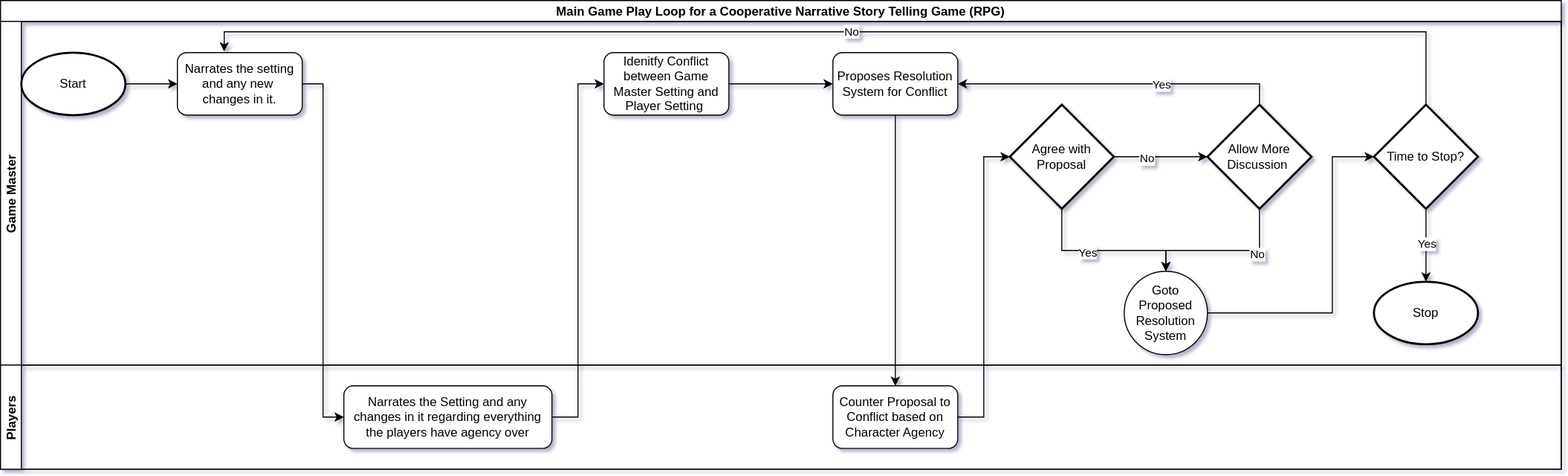
Earlier version of the draw.io export assets/diagrams/Main-Game-Play-Loop.svg (TedTschopp/Fixing-Game-Night). Source tidied: cells renumbered, new cells last; positions are measured from the earlier drawing's top-left corner, leaving out a move shared by most shapes. Its diagram source:
```xml
<mxGraphModel>
  <root>
    <mxCell id="0" />
    <mxCell id="1" parent="0" />
    <mxCell id="2" value="Main Game Play Loop for a Cooperative Narrative Story Telling Game (RPG)" style="swimlane;horizontal=1;startSize=20;" parent="1" vertex="1">
      <mxGeometry width="1500" height="450" as="geometry" />
    </mxCell>
    <mxCell id="3" style="edgeStyle=orthogonalEdgeStyle;rounded=0;jettySize=auto;html=1;startArrow=none;startFill=0;" parent="2" edge="1" source="13" target="33">
      <mxGeometry relative="1" as="geometry" />
    </mxCell>
    <mxCell id="4" style="edgeStyle=orthogonalEdgeStyle;rounded=0;jettySize=auto;html=1;entryX=0;entryY=0.5;entryDx=0;entryDy=0;startArrow=none;startFill=0;exitX=1;exitY=0.5;exitDx=0;exitDy=0;" parent="2" edge="1" source="32" target="10">
      <mxGeometry relative="1" as="geometry" />
    </mxCell>
    <mxCell id="5" style="edgeStyle=orthogonalEdgeStyle;rounded=0;jettySize=auto;html=1;entryX=0;entryY=0.5;entryDx=0;entryDy=0;startArrow=none;startFill=0;" parent="2" edge="1" source="8" target="32">
      <mxGeometry relative="1" as="geometry" />
    </mxCell>
    <mxCell id="6" style="edgeStyle=orthogonalEdgeStyle;rounded=0;jettySize=auto;html=1;entryX=0;entryY=0.5;entryDx=0;entryDy=0;entryPerimeter=0;startArrow=none;startFill=0;" parent="2" edge="1" source="33" target="20">
      <mxGeometry relative="1" as="geometry" />
    </mxCell>
    <mxCell id="7" value="Game Master" style="swimlane;startSize=20;horizontal=0;" parent="2" vertex="1">
      <mxGeometry y="20" width="1500" height="330" as="geometry" />
    </mxCell>
    <mxCell id="8" value="Narrates the setting and any new&amp;nbsp; changes in it." style="rounded=1;whiteSpace=wrap;html=1;" parent="7" vertex="1">
      <mxGeometry x="170" y="30" width="120" height="60" as="geometry" />
    </mxCell>
    <mxCell id="9" style="edgeStyle=orthogonalEdgeStyle;rounded=0;jettySize=auto;html=1;entryX=0;entryY=0.5;entryDx=0;entryDy=0;startArrow=none;startFill=0;" parent="7" edge="1" source="10" target="13">
      <mxGeometry relative="1" as="geometry" />
    </mxCell>
    <mxCell id="10" value="Idenitfy Conflict between Game Master Setting and Player Setting&amp;nbsp;" style="rounded=1;whiteSpace=wrap;html=1;" parent="7" vertex="1">
      <mxGeometry x="580" y="30" width="120" height="60" as="geometry" />
    </mxCell>
    <mxCell id="11" style="edgeStyle=orthogonalEdgeStyle;rounded=0;jettySize=auto;html=1;startArrow=none;startFill=0;exitX=0.5;exitY=1;exitDx=0;exitDy=0;exitPerimeter=0;" parent="7" edge="1" source="20" target="15">
      <mxGeometry relative="1" as="geometry">
        <Array as="points">
          <mxPoint x="1020" y="220" />
          <mxPoint x="1120" y="220" />
        </Array>
      </mxGeometry>
    </mxCell>
    <mxCell id="12" value="Yes" style="edgeLabel;html=1;align=center;verticalAlign=middle;" parent="11" vertex="1">
      <mxGeometry x="-0.2" y="-1" relative="1" as="geometry" />
    </mxCell>
    <mxCell id="13" value="Proposes Resolution System for Conflict" style="rounded=1;whiteSpace=wrap;html=1;" parent="7" vertex="1">
      <mxGeometry x="800" y="30" width="120" height="60" as="geometry" />
    </mxCell>
    <mxCell id="14" style="edgeStyle=orthogonalEdgeStyle;rounded=0;jettySize=auto;html=1;entryX=0;entryY=0.5;entryDx=0;entryDy=0;entryPerimeter=0;startArrow=none;startFill=0;exitX=1;exitY=0.5;exitDx=0;exitDy=0;" parent="7" edge="1" source="15" target="29">
      <mxGeometry relative="1" as="geometry">
        <Array as="points">
          <mxPoint x="1280" y="280" />
          <mxPoint x="1280" y="130" />
        </Array>
      </mxGeometry>
    </mxCell>
    <mxCell id="15" value="Goto Proposed Resolution System" style="ellipse;whiteSpace=wrap;html=1;" parent="7" vertex="1">
      <mxGeometry x="1080" y="240" width="80" height="80" as="geometry" />
    </mxCell>
    <mxCell id="16" style="edgeStyle=orthogonalEdgeStyle;rounded=0;jettySize=auto;html=1;startArrow=none;startFill=0;" parent="7" edge="1" source="17" target="8">
      <mxGeometry relative="1" as="geometry" />
    </mxCell>
    <mxCell id="17" value="Start" style="strokeWidth=2;html=1;shape=mxgraph.flowchart.start_1;whiteSpace=wrap;" parent="7" vertex="1">
      <mxGeometry x="20" y="30" width="100" height="60" as="geometry" />
    </mxCell>
    <mxCell id="18" style="edgeStyle=orthogonalEdgeStyle;rounded=0;jettySize=auto;html=1;entryX=0;entryY=0.5;entryDx=0;entryDy=0;entryPerimeter=0;startArrow=none;startFill=0;" parent="7" edge="1" source="20" target="25">
      <mxGeometry relative="1" as="geometry" />
    </mxCell>
    <mxCell id="19" value="No" style="edgeLabel;html=1;align=center;verticalAlign=middle;" parent="18" vertex="1">
      <mxGeometry x="-0.32" y="-1" relative="1" as="geometry" />
    </mxCell>
    <mxCell id="20" value="Agree with Proposal" style="strokeWidth=2;html=1;shape=mxgraph.flowchart.decision;whiteSpace=wrap;" parent="7" vertex="1">
      <mxGeometry x="970" y="80" width="100" height="100" as="geometry" />
    </mxCell>
    <mxCell id="21" style="edgeStyle=orthogonalEdgeStyle;rounded=0;jettySize=auto;html=1;startArrow=none;startFill=0;exitX=0.5;exitY=1;exitDx=0;exitDy=0;exitPerimeter=0;" parent="7" edge="1" source="25" target="15">
      <mxGeometry relative="1" as="geometry">
        <Array as="points">
          <mxPoint x="1210" y="220" />
          <mxPoint x="1120" y="220" />
        </Array>
      </mxGeometry>
    </mxCell>
    <mxCell id="22" value="No" style="edgeLabel;html=1;align=center;verticalAlign=middle;" parent="21" vertex="1">
      <mxGeometry x="-0.43" y="3" relative="1" as="geometry" />
    </mxCell>
    <mxCell id="23" style="edgeStyle=orthogonalEdgeStyle;rounded=0;jettySize=auto;html=1;entryX=1;entryY=0.5;entryDx=0;entryDy=0;startArrow=none;startFill=0;exitX=0.5;exitY=0;exitDx=0;exitDy=0;exitPerimeter=0;" parent="7" edge="1" source="25" target="13">
      <mxGeometry relative="1" as="geometry" />
    </mxCell>
    <mxCell id="24" value="Yes" style="edgeLabel;html=1;align=center;verticalAlign=middle;" parent="23" vertex="1">
      <mxGeometry x="-0.26" relative="1" as="geometry" />
    </mxCell>
    <mxCell id="25" value="Allow More Discussion&amp;nbsp;" style="strokeWidth=2;html=1;shape=mxgraph.flowchart.decision;whiteSpace=wrap;" parent="7" vertex="1">
      <mxGeometry x="1160" y="80" width="100" height="100" as="geometry" />
    </mxCell>
    <mxCell id="26" style="edgeStyle=orthogonalEdgeStyle;rounded=0;jettySize=auto;html=1;startArrow=none;startFill=0;" parent="7" edge="1" source="29" target="30">
      <mxGeometry relative="1" as="geometry" />
    </mxCell>
    <mxCell id="27" value="Yes" style="edgeLabel;html=1;align=center;verticalAlign=middle;" parent="26" vertex="1">
      <mxGeometry x="-0.06" relative="1" as="geometry" />
    </mxCell>
    <mxCell id="28" value="No" style="edgeStyle=orthogonalEdgeStyle;rounded=0;jettySize=auto;html=1;entryX=0.375;entryY=-0.017;entryDx=0;entryDy=0;entryPerimeter=0;startArrow=none;startFill=0;" parent="7" edge="1" source="29" target="8">
      <mxGeometry relative="1" as="geometry">
        <Array as="points">
          <mxPoint x="1370" y="10" />
          <mxPoint x="215" y="10" />
        </Array>
      </mxGeometry>
    </mxCell>
    <mxCell id="29" value="Time to Stop?" style="strokeWidth=2;html=1;shape=mxgraph.flowchart.decision;whiteSpace=wrap;" parent="7" vertex="1">
      <mxGeometry x="1320" y="80" width="100" height="100" as="geometry" />
    </mxCell>
    <mxCell id="30" value="Stop" style="strokeWidth=2;html=1;shape=mxgraph.flowchart.start_1;whiteSpace=wrap;" parent="7" vertex="1">
      <mxGeometry x="1320" y="250" width="100" height="60" as="geometry" />
    </mxCell>
    <mxCell id="31" value="Players" style="swimlane;startSize=20;horizontal=0;" parent="2" vertex="1">
      <mxGeometry y="350" width="1500" height="100" as="geometry" />
    </mxCell>
    <mxCell id="32" value="Narrates the Setting and any changes in it regarding everything the players have agency over" style="rounded=1;whiteSpace=wrap;html=1;" parent="31" vertex="1">
      <mxGeometry x="330" y="20" width="200" height="60" as="geometry" />
    </mxCell>
    <mxCell id="33" value="Counter Proposal to Conflict based on Character Agency" style="rounded=1;whiteSpace=wrap;html=1;" parent="31" vertex="1">
      <mxGeometry x="800" y="20" width="120" height="60" as="geometry" />
    </mxCell>
  </root>
</mxGraphModel>
```
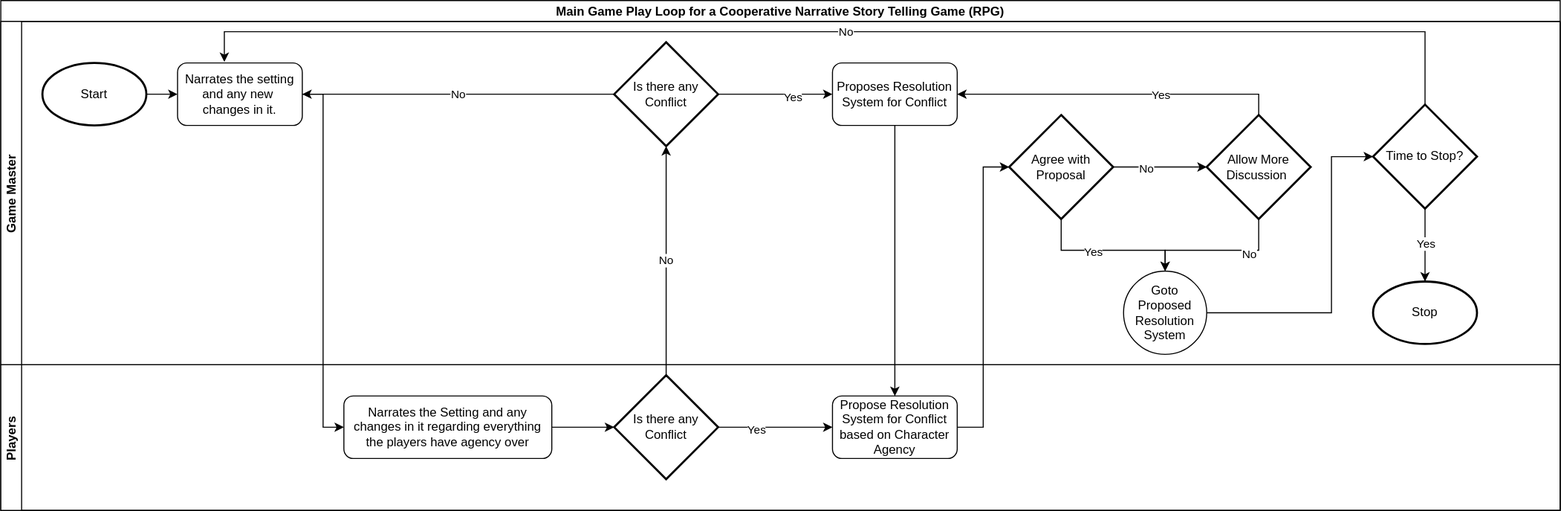
Above is the later version.

What changed in the source:
```diff
@@ -3,12 +3,12 @@
     <mxCell id="0" />
     <mxCell id="1" parent="0" />
     <mxCell id="2" value="Main Game Play Loop for a Cooperative Narrative Story Telling Game (RPG)" style="swimlane;horizontal=1;startSize=20;" parent="1" vertex="1">
-      <mxGeometry width="1500" height="450" as="geometry" />
+      <mxGeometry width="1500" height="490" as="geometry" />
     </mxCell>
     <mxCell id="3" style="edgeStyle=orthogonalEdgeStyle;rounded=0;jettySize=auto;html=1;startArrow=none;startFill=0;" parent="2" edge="1" source="13" target="33">
       <mxGeometry relative="1" as="geometry" />
     </mxCell>
-    <mxCell id="4" style="edgeStyle=orthogonalEdgeStyle;rounded=0;jettySize=auto;html=1;entryX=0;entryY=0.5;entryDx=0;entryDy=0;startArrow=none;startFill=0;exitX=1;exitY=0.5;exitDx=0;exitDy=0;" parent="2" edge="1" source="32" target="10">
+    <mxCell id="4" value="No" style="edgeStyle=orthogonalEdgeStyle;rounded=0;jettySize=auto;html=1;entryX=0.5;entryY=1;entryDx=0;entryDy=0;startArrow=none;startFill=0;entryPerimeter=0;" parent="2" edge="1" source="40" target="36">
       <mxGeometry relative="1" as="geometry" />
     </mxCell>
     <mxCell id="5" style="edgeStyle=orthogonalEdgeStyle;rounded=0;jettySize=auto;html=1;entryX=0;entryY=0.5;entryDx=0;entryDy=0;startArrow=none;startFill=0;" parent="2" edge="1" source="8" target="32">
@@ -21,14 +21,14 @@
       <mxGeometry y="20" width="1500" height="330" as="geometry" />
     </mxCell>
     <mxCell id="8" value="Narrates the setting and any new&amp;nbsp; changes in it." style="rounded=1;whiteSpace=wrap;html=1;" parent="7" vertex="1">
-      <mxGeometry x="170" y="30" width="120" height="60" as="geometry" />
+      <mxGeometry x="170" y="40" width="120" height="60" as="geometry" />
     </mxCell>
-    <mxCell id="9" style="edgeStyle=orthogonalEdgeStyle;rounded=0;jettySize=auto;html=1;entryX=0;entryY=0.5;entryDx=0;entryDy=0;startArrow=none;startFill=0;" parent="7" edge="1" source="10" target="13">
+    <mxCell id="9" style="edgeStyle=orthogonalEdgeStyle;rounded=0;jettySize=auto;html=1;entryX=0;entryY=0.5;entryDx=0;entryDy=0;startArrow=none;startFill=0;exitX=1;exitY=0.5;exitDx=0;exitDy=0;exitPerimeter=0;" parent="7" edge="1" source="36" target="13">
       <mxGeometry relative="1" as="geometry" />
     </mxCell>
-    <mxCell id="10" value="Idenitfy Conflict between Game Master Setting and Player Setting&amp;nbsp;" style="rounded=1;whiteSpace=wrap;html=1;" parent="7" vertex="1">
-      <mxGeometry x="580" y="30" width="120" height="60" as="geometry" />
-    </mxCell>
+    <mxCell id="34" value="Yes" style="edgeLabel;html=1;align=center;verticalAlign=middle;" parent="9" vertex="1">
+      <mxGeometry x="0.29" y="-2" relative="1" as="geometry" />
+    </mxCell>
     <mxCell id="11" style="edgeStyle=orthogonalEdgeStyle;rounded=0;jettySize=auto;html=1;startArrow=none;startFill=0;exitX=0.5;exitY=1;exitDx=0;exitDy=0;exitPerimeter=0;" parent="7" edge="1" source="20" target="15">
       <mxGeometry relative="1" as="geometry">
         <Array as="points">
@@ -41,7 +41,7 @@
       <mxGeometry x="-0.2" y="-1" relative="1" as="geometry" />
     </mxCell>
     <mxCell id="13" value="Proposes Resolution System for Conflict" style="rounded=1;whiteSpace=wrap;html=1;" parent="7" vertex="1">
-      <mxGeometry x="800" y="30" width="120" height="60" as="geometry" />
+      <mxGeometry x="800" y="40" width="120" height="60" as="geometry" />
     </mxCell>
     <mxCell id="14" style="edgeStyle=orthogonalEdgeStyle;rounded=0;jettySize=auto;html=1;entryX=0;entryY=0.5;entryDx=0;entryDy=0;entryPerimeter=0;startArrow=none;startFill=0;exitX=1;exitY=0.5;exitDx=0;exitDy=0;" parent="7" edge="1" source="15" target="29">
       <mxGeometry relative="1" as="geometry">
@@ -58,7 +58,7 @@
       <mxGeometry relative="1" as="geometry" />
     </mxCell>
     <mxCell id="17" value="Start" style="strokeWidth=2;html=1;shape=mxgraph.flowchart.start_1;whiteSpace=wrap;" parent="7" vertex="1">
-      <mxGeometry x="20" y="30" width="100" height="60" as="geometry" />
+      <mxGeometry x="40" y="40" width="100" height="60" as="geometry" />
     </mxCell>
     <mxCell id="18" style="edgeStyle=orthogonalEdgeStyle;rounded=0;jettySize=auto;html=1;entryX=0;entryY=0.5;entryDx=0;entryDy=0;entryPerimeter=0;startArrow=none;startFill=0;" parent="7" edge="1" source="20" target="25">
       <mxGeometry relative="1" as="geometry" />
@@ -67,7 +67,7 @@
       <mxGeometry x="-0.32" y="-1" relative="1" as="geometry" />
     </mxCell>
     <mxCell id="20" value="Agree with Proposal" style="strokeWidth=2;html=1;shape=mxgraph.flowchart.decision;whiteSpace=wrap;" parent="7" vertex="1">
-      <mxGeometry x="970" y="80" width="100" height="100" as="geometry" />
+      <mxGeometry x="970" y="90" width="100" height="100" as="geometry" />
     </mxCell>
     <mxCell id="21" style="edgeStyle=orthogonalEdgeStyle;rounded=0;jettySize=auto;html=1;startArrow=none;startFill=0;exitX=0.5;exitY=1;exitDx=0;exitDy=0;exitPerimeter=0;" parent="7" edge="1" source="25" target="15">
       <mxGeometry relative="1" as="geometry">
@@ -87,7 +87,7 @@
       <mxGeometry x="-0.26" relative="1" as="geometry" />
     </mxCell>
     <mxCell id="25" value="Allow More Discussion&amp;nbsp;" style="strokeWidth=2;html=1;shape=mxgraph.flowchart.decision;whiteSpace=wrap;" parent="7" vertex="1">
-      <mxGeometry x="1160" y="80" width="100" height="100" as="geometry" />
+      <mxGeometry x="1160" y="90" width="100" height="100" as="geometry" />
     </mxCell>
     <mxCell id="26" style="edgeStyle=orthogonalEdgeStyle;rounded=0;jettySize=auto;html=1;startArrow=none;startFill=0;" parent="7" edge="1" source="29" target="30">
       <mxGeometry relative="1" as="geometry" />
@@ -109,14 +109,32 @@
     <mxCell id="30" value="Stop" style="strokeWidth=2;html=1;shape=mxgraph.flowchart.start_1;whiteSpace=wrap;" parent="7" vertex="1">
       <mxGeometry x="1320" y="250" width="100" height="60" as="geometry" />
     </mxCell>
+    <mxCell id="35" value="No" style="edgeStyle=orthogonalEdgeStyle;rounded=0;jettySize=auto;html=1;entryX=1;entryY=0.5;entryDx=0;entryDy=0;startArrow=none;startFill=0;" parent="7" edge="1" source="36" target="8">
+      <mxGeometry relative="1" as="geometry" />
+    </mxCell>
+    <mxCell id="36" value="Is there any Conflict" style="strokeWidth=2;html=1;shape=mxgraph.flowchart.decision;whiteSpace=wrap;" parent="7" vertex="1">
+      <mxGeometry x="590" y="20" width="100" height="100" as="geometry" />
+    </mxCell>
     <mxCell id="31" value="Players" style="swimlane;startSize=20;horizontal=0;" parent="2" vertex="1">
-      <mxGeometry y="350" width="1500" height="100" as="geometry" />
+      <mxGeometry y="350" width="1500" height="140" as="geometry" />
     </mxCell>
+    <mxCell id="37" style="edgeStyle=orthogonalEdgeStyle;rounded=0;jettySize=auto;html=1;entryX=0;entryY=0.5;entryDx=0;entryDy=0;entryPerimeter=0;startArrow=none;startFill=0;" parent="31" edge="1" source="32" target="40">
+      <mxGeometry relative="1" as="geometry" />
+    </mxCell>
     <mxCell id="32" value="Narrates the Setting and any changes in it regarding everything the players have agency over" style="rounded=1;whiteSpace=wrap;html=1;" parent="31" vertex="1">
-      <mxGeometry x="330" y="20" width="200" height="60" as="geometry" />
+      <mxGeometry x="330" y="30" width="200" height="60" as="geometry" />
     </mxCell>
-    <mxCell id="33" value="Counter Proposal to Conflict based on Character Agency" style="rounded=1;whiteSpace=wrap;html=1;" parent="31" vertex="1">
-      <mxGeometry x="800" y="20" width="120" height="60" as="geometry" />
+    <mxCell id="33" value="Propose Resolution System for Conflict based on Character Agency" style="rounded=1;whiteSpace=wrap;html=1;" parent="31" vertex="1">
+      <mxGeometry x="800" y="30" width="120" height="60" as="geometry" />
     </mxCell>
+    <mxCell id="38" style="edgeStyle=orthogonalEdgeStyle;rounded=0;jettySize=auto;html=1;entryX=0;entryY=0.5;entryDx=0;entryDy=0;startArrow=none;startFill=0;" parent="31" edge="1" source="40" target="33">
+      <mxGeometry relative="1" as="geometry" />
+    </mxCell>
+    <mxCell id="39" value="Yes" style="edgeLabel;html=1;align=center;verticalAlign=middle;" parent="38" vertex="1">
+      <mxGeometry x="-0.35" y="-2" relative="1" as="geometry" />
+    </mxCell>
+    <mxCell id="40" value="Is there any Conflict" style="strokeWidth=2;html=1;shape=mxgraph.flowchart.decision;whiteSpace=wrap;" parent="31" vertex="1">
+      <mxGeometry x="590" y="10" width="100" height="100" as="geometry" />
+    </mxCell>
   </root>
 </mxGraphModel>
```
